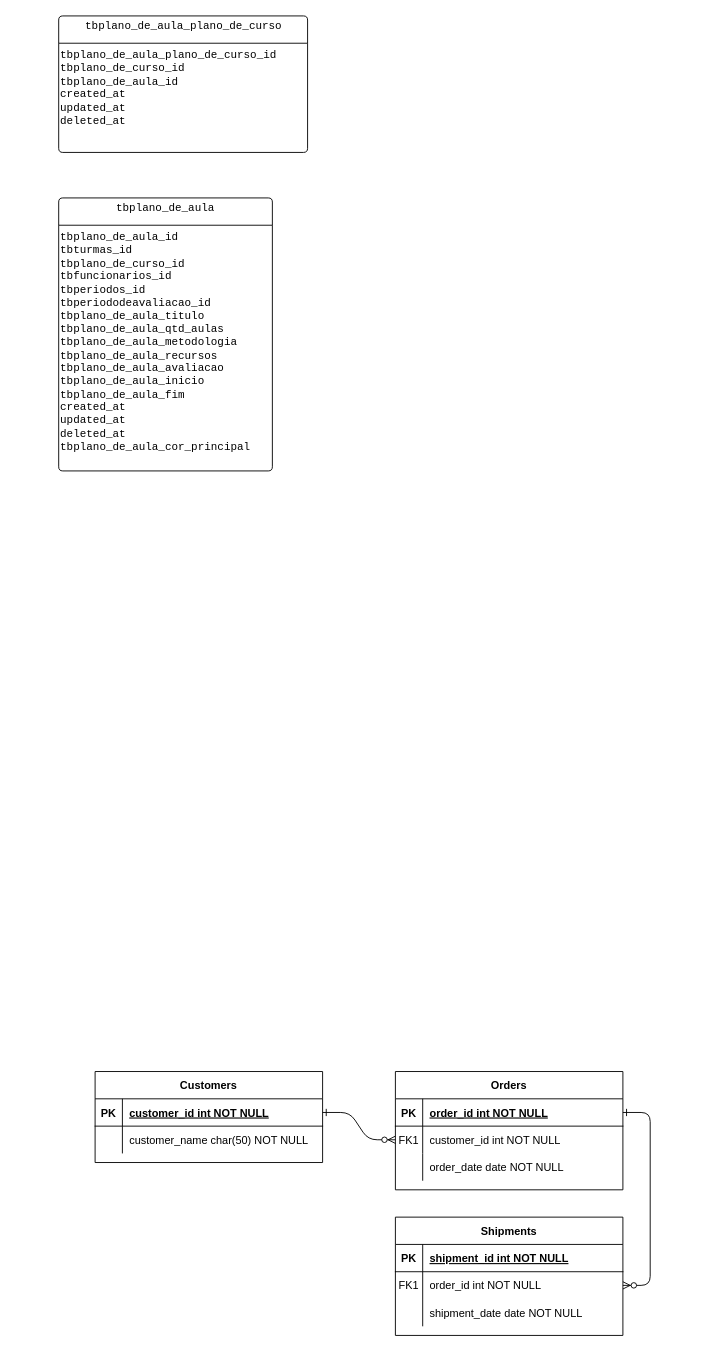
DjalmaANeto/modelagem-planos-de-curso-aula keeps this draw.io diagram as plano de aula.drawio. Above is the earlier version. Source tidied: cells renumbered, new cells numbered last; positions are measured from the earlier drawing's top-left corner, leaving out a move shared by most shapes. Both pictures are drawn from the tidied source at 91%, with x=0, y=0 at pixel (58, 15).
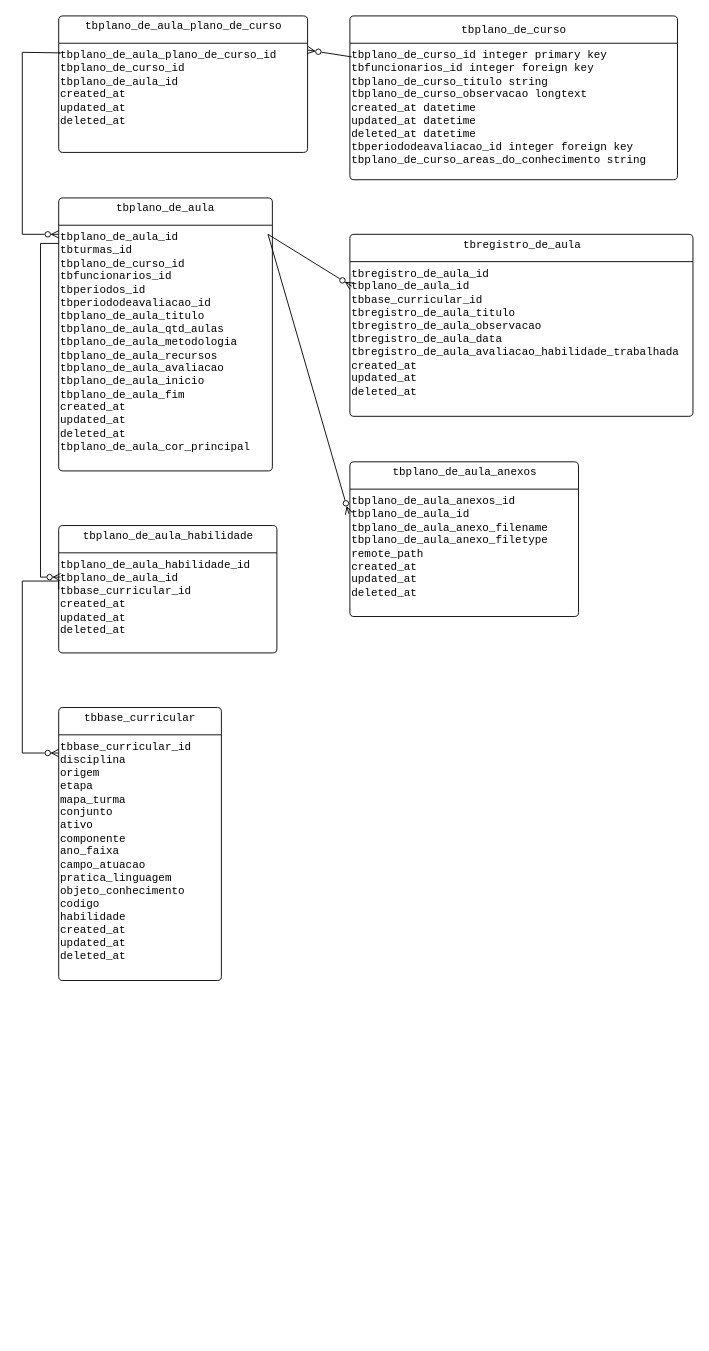
Above is the later version.

The change refers to these unchanged cells:
```xml
<mxCell id="31" style="graphMlID=entity0;gradientDirection=east;shape=swimlane;startSize=30;rounded=1;arcSize=5;fillColor=none;strokeColor=#000000;strokeWidth=1.0;swimlaneFillColor=none;" parent="1" vertex="1">
  <mxGeometry width="273.5" height="150" as="geometry" />
</mxCell>
<mxCell id="32" value="&lt;font color=&quot;#000000&quot;&gt;tbplano_de_aula_plano_de_curso_id&lt;br&gt;tbplano_de_curso_id&lt;br&gt;tbplano_de_aula_id&lt;br&gt;created_at&lt;br&gt;updated_at&lt;br&gt;deleted_at&#9;&#9;&#9;&#9;&#9;&#9;&lt;/font&gt;" style="text;html=1;spacing=0;align=left;fontFamily=courier;fontSize=12;fontStyle=0;=center;fontColor=#c4c4c4;" parent="31" vertex="1">
  <mxGeometry x="2" y="31.7" width="222" height="100" as="geometry" />
</mxCell>
```

Diff of the diagram source:
```diff
@@
-    <mxCell id="2" style="edgeStyle=entityRelationEdgeStyle;endArrow=ERzeroToMany;startArrow=ERone;endFill=1;startFill=0;" parent="1" edge="1" source="25" target="8">
-      <mxGeometry relative="1" as="geometry" />
-    </mxCell>
-    <mxCell id="3" style="edgeStyle=entityRelationEdgeStyle;endArrow=ERzeroToMany;startArrow=ERone;endFill=1;startFill=0;" parent="1" edge="1" source="5" target="18">
-      <mxGeometry relative="1" as="geometry" />
-    </mxCell>
-    <mxCell id="4" value="Orders" style="shape=table;startSize=30;childLayout=tableLayout;rowLines=0;fontStyle=1;align=center;" parent="1" vertex="1">
-      <mxGeometry x="370" y="1160" width="250" height="130" as="geometry" />
-    </mxCell>
-    <mxCell id="5" style="shape=partialRectangle;fillColor=none;points=[[0,0.5],[1,0.5]];portConstraint=eastwest;top=0;left=0;right=0;bottom=1;" parent="4" vertex="1">
-      <mxGeometry y="30" width="250" height="30" as="geometry" />
-    </mxCell>
-    <mxCell id="6" value="PK" style="shape=partialRectangle;overflow=hidden;fillColor=none;top=0;left=0;bottom=0;right=0;fontStyle=1;" parent="5" vertex="1">
-      <mxGeometry width="30" height="30" as="geometry" />
-    </mxCell>
-    <mxCell id="7" value="order_id int NOT NULL " style="shape=partialRectangle;overflow=hidden;fillColor=none;top=0;left=0;bottom=0;right=0;align=left;spacingLeft=6;fontStyle=5;" parent="5" vertex="1">
-      <mxGeometry x="30" width="220" height="30" as="geometry" />
-    </mxCell>
-    <mxCell id="8" style="shape=partialRectangle;fillColor=none;points=[[0,0.5],[1,0.5]];portConstraint=eastwest;top=0;left=0;right=0;bottom=0;" parent="4" vertex="1">
-      <mxGeometry y="60" width="250" height="30" as="geometry" />
-    </mxCell>
-    <mxCell id="9" value="FK1" style="shape=partialRectangle;overflow=hidden;fillColor=none;top=0;left=0;bottom=0;right=0;" parent="8" vertex="1">
-      <mxGeometry width="30" height="30" as="geometry" />
-    </mxCell>
-    <mxCell id="10" value="customer_id int NOT NULL" style="shape=partialRectangle;overflow=hidden;fillColor=none;top=0;left=0;bottom=0;right=0;align=left;spacingLeft=6;" parent="8" vertex="1">
-      <mxGeometry x="30" width="220" height="30" as="geometry" />
-    </mxCell>
-    <mxCell id="11" style="shape=partialRectangle;fillColor=none;top=0;left=0;right=0;bottom=0;" parent="4" vertex="1">
-      <mxGeometry y="90" width="250" height="30" as="geometry" />
-    </mxCell>
-    <mxCell id="12" style="shape=partialRectangle;overflow=hidden;fillColor=none;top=0;left=0;bottom=0;right=0;" parent="11" vertex="1">
-      <mxGeometry width="30" height="30" as="geometry" />
-    </mxCell>
-    <mxCell id="13" value="order_date date NOT NULL" style="shape=partialRectangle;overflow=hidden;fillColor=none;top=0;left=0;bottom=0;right=0;align=left;spacingLeft=6;" parent="11" vertex="1">
-      <mxGeometry x="30" width="220" height="30" as="geometry" />
-    </mxCell>
-    <mxCell id="14" value="Shipments" style="shape=table;startSize=30;childLayout=tableLayout;rowLines=0;fontStyle=1;align=center;" parent="1" vertex="1">
-      <mxGeometry x="370" y="1320" width="250" height="130" as="geometry" />
-    </mxCell>
-    <mxCell id="15" style="shape=partialRectangle;fillColor=none;top=0;left=0;right=0;bottom=1;" parent="14" vertex="1">
-      <mxGeometry y="30" width="250" height="30" as="geometry" />
-    </mxCell>
-    <mxCell id="16" value="PK" style="shape=partialRectangle;overflow=hidden;fillColor=none;top=0;left=0;bottom=0;right=0;fontStyle=1;" parent="15" vertex="1">
-      <mxGeometry width="30" height="30" as="geometry" />
-    </mxCell>
-    <mxCell id="17" value="shipment_id int NOT NULL " style="shape=partialRectangle;overflow=hidden;fillColor=none;top=0;left=0;bottom=0;right=0;align=left;spacingLeft=6;fontStyle=5;" parent="15" vertex="1">
-      <mxGeometry x="30" width="220" height="30" as="geometry" />
-    </mxCell>
-    <mxCell id="18" style="shape=partialRectangle;fillColor=none;points=[[0,0.5],[1,0.5]];portConstraint=eastwest;top=0;left=0;right=0;bottom=0;" parent="14" vertex="1">
-      <mxGeometry y="60" width="250" height="30" as="geometry" />
-    </mxCell>
-    <mxCell id="19" value="FK1" style="shape=partialRectangle;overflow=hidden;fillColor=none;top=0;left=0;bottom=0;right=0;" parent="18" vertex="1">
-      <mxGeometry width="30" height="30" as="geometry" />
-    </mxCell>
-    <mxCell id="20" value="order_id int NOT NULL" style="shape=partialRectangle;overflow=hidden;fillColor=none;top=0;left=0;bottom=0;right=0;align=left;spacingLeft=6;" parent="18" vertex="1">
-      <mxGeometry x="30" width="220" height="30" as="geometry" />
-    </mxCell>
-    <mxCell id="21" style="shape=partialRectangle;fillColor=none;top=0;left=0;right=0;bottom=0;" parent="14" vertex="1">
-      <mxGeometry y="90" width="250" height="30" as="geometry" />
-    </mxCell>
-    <mxCell id="22" style="shape=partialRectangle;overflow=hidden;fillColor=none;top=0;left=0;bottom=0;right=0;" parent="21" vertex="1">
-      <mxGeometry width="30" height="30" as="geometry" />
-    </mxCell>
-    <mxCell id="23" value="shipment_date date NOT NULL" style="shape=partialRectangle;overflow=hidden;fillColor=none;top=0;left=0;bottom=0;right=0;align=left;spacingLeft=6;" parent="21" vertex="1">
-      <mxGeometry x="30" width="220" height="30" as="geometry" />
-    </mxCell>
-    <mxCell id="24" value="Customers" style="shape=table;startSize=30;childLayout=tableLayout;rowLines=0;fontStyle=1;align=center;" parent="1" vertex="1">
-      <mxGeometry x="40" y="1160" width="250" height="100" as="geometry" />
-    </mxCell>
-    <mxCell id="25" style="shape=partialRectangle;fillColor=none;points=[[0,0.5],[1,0.5]];portConstraint=eastwest;top=0;left=0;right=0;bottom=1;" parent="24" vertex="1">
-      <mxGeometry y="30" width="250" height="30" as="geometry" />
-    </mxCell>
-    <mxCell id="26" value="PK" style="shape=partialRectangle;overflow=hidden;fillColor=none;top=0;left=0;bottom=0;right=0;fontStyle=1;" parent="25" vertex="1">
-      <mxGeometry width="30" height="30" as="geometry" />
-    </mxCell>
-    <mxCell id="27" value="customer_id int NOT NULL " style="shape=partialRectangle;overflow=hidden;fillColor=none;top=0;left=0;bottom=0;right=0;align=left;spacingLeft=6;fontStyle=5;" parent="25" vertex="1">
-      <mxGeometry x="30" width="220" height="30" as="geometry" />
-    </mxCell>
-    <mxCell id="28" style="shape=partialRectangle;fillColor=none;top=0;left=0;right=0;bottom=0;" parent="24" vertex="1">
-      <mxGeometry y="60" width="250" height="30" as="geometry" />
-    </mxCell>
-    <mxCell id="29" style="shape=partialRectangle;overflow=hidden;fillColor=none;top=0;left=0;bottom=0;right=0;" parent="28" vertex="1">
-      <mxGeometry width="30" height="30" as="geometry" />
-    </mxCell>
-    <mxCell id="30" value="customer_name char(50) NOT NULL" style="shape=partialRectangle;overflow=hidden;fillColor=none;top=0;left=0;bottom=0;right=0;align=left;spacingLeft=6;" parent="28" vertex="1">
-      <mxGeometry x="30" width="220" height="30" as="geometry" />
-    </mxCell>
+    <mxCell id="37" style="edgeStyle=orthogonalEdgeStyle;rounded=0;jettySize=auto;html=1;exitX=-0.01;exitY=0.089;exitDx=0;exitDy=0;exitPerimeter=0;endArrow=ERzeroToMany;endFill=0;" parent="1" edge="1" source="32">
+      <mxGeometry relative="1" as="geometry">
+        <mxPoint y="240" as="targetPoint" />
+        <Array as="points">
+          <mxPoint x="2" y="41" />
+          <mxPoint x="-40" y="40" />
+          <mxPoint x="-40" y="240" />
+        </Array>
+      </mxGeometry>
+    </mxCell>
@@
+    <mxCell id="38" style="rounded=0;jettySize=auto;html=1;entryX=0;entryY=0.15;entryDx=0;entryDy=0;entryPerimeter=0;endArrow=ERzeroToMany;endFill=0;" parent="1" edge="1" target="47">
+      <mxGeometry relative="1" as="geometry">
+        <mxPoint x="230" y="240" as="sourcePoint" />
+      </mxGeometry>
+    </mxCell>
@@
+    <mxCell id="39" style="edgeStyle=orthogonalEdgeStyle;rounded=0;orthogonalLoop=1;jettySize=auto;html=1;endArrow=ERzeroToMany;endFill=0;" parent="1" edge="1">
+      <mxGeometry relative="1" as="geometry">
+        <mxPoint y="630" as="sourcePoint" />
+        <mxPoint y="810" as="targetPoint" />
+        <Array as="points">
+          <mxPoint y="621" />
+          <mxPoint x="-40" y="621" />
+          <mxPoint x="-40" y="810" />
+        </Array>
+      </mxGeometry>
+    </mxCell>
+    <mxCell id="40" style="graphMlID=entity0;gradientDirection=east;shape=swimlane;startSize=30;rounded=1;arcSize=5;fillColor=none;strokeColor=#000000;strokeWidth=1.0;swimlaneFillColor=none;" parent="1" vertex="1">
+      <mxGeometry y="560" width="239.8" height="140" as="geometry" />
+    </mxCell>
+    <mxCell id="41" value="&lt;font color=&quot;#000000&quot;&gt;tbplano_de_aula_habilidade_id&lt;br&gt;tbplano_de_aula_id&lt;br&gt;tbbase_curricular_id&lt;br&gt;created_at&lt;br&gt;updated_at&lt;br&gt;deleted_at&#9;&#9;&#9;&#9;&#9;&#9;&lt;/font&gt;" style="text;html=1;spacing=0;align=left;fontFamily=courier;fontSize=12;fontStyle=0;=center;fontColor=#c4c4c4;" parent="40" vertex="1">
+      <mxGeometry x="2" y="31.7" width="194" height="100" as="geometry" />
+    </mxCell>
+    <mxCell id="42" value="&lt;font color=&quot;#000000&quot;&gt;tbplano_de_aula_habilidade&lt;/font&gt;" style="text;html=1;spacing=0;align=center;fontFamily=courier;fontSize=12;fontStyle=0;=center;fontColor=#ffffff;" parent="40" vertex="1">
+      <mxGeometry x="22.9" width="194" height="22" as="geometry" />
+    </mxCell>
+    <mxCell id="43" style="graphMlID=entity0;gradientDirection=east;shape=swimlane;startSize=30;rounded=1;arcSize=5;fillColor=none;strokeColor=default;strokeWidth=1.0;swimlaneFillColor=none;" parent="1" vertex="1">
+      <mxGeometry y="760" width="178.8" height="300" as="geometry" />
+    </mxCell>
+    <mxCell id="44" value="&lt;font color=&quot;#000000&quot;&gt;tbbase_curricular_id&lt;br&gt;disciplina&lt;br&gt;origem&lt;br&gt;etapa&lt;br&gt;mapa_turma&lt;br&gt;conjunto&lt;br&gt;ativo&lt;br&gt;componente&lt;br&gt;ano_faixa&lt;br&gt;campo_atuacao&lt;br&gt;pratica_linguagem&lt;br&gt;objeto_conhecimento&lt;br&gt;codigo&lt;br&gt;habilidade&lt;br&gt;created_at&lt;br&gt;updated_at&lt;br&gt;deleted_at&#9;&#9;&#9;&#9;&#9;&#9;&lt;/font&gt;" style="text;html=1;spacing=0;align=left;fontFamily=courier;fontSize=12;fontStyle=0;=center;fontColor=#c4c4c4;fillColor=none;strokeColor=none;swimlaneFillColor=none;" parent="43" vertex="1">
+      <mxGeometry x="2" y="31.7" width="146" height="268.3" as="geometry" />
+    </mxCell>
+    <mxCell id="45" value="&lt;font color=&quot;#000000&quot;&gt;tbbase_curricular&lt;/font&gt;" style="text;html=1;spacing=0;align=center;fontFamily=courier;fontSize=12;fontStyle=0;=center;fontColor=#ffffff;fillColor=none;strokeColor=none;swimlaneFillColor=none;" parent="43" vertex="1">
+      <mxGeometry x="16.4" width="146" height="22" as="geometry" />
+    </mxCell>
+    <mxCell id="46" style="graphMlID=entity0;gradientDirection=east;shape=swimlane;startSize=30;rounded=1;arcSize=5;fillColor=none;strokeColor=#000000;strokeWidth=1.0;swimlaneFillColor=none;" parent="1" vertex="1">
+      <mxGeometry x="320" y="240" width="377" height="200" as="geometry" />
+    </mxCell>
+    <mxCell id="47" value="&lt;font color=&quot;#000000&quot;&gt;tbregistro_de_aula_id&lt;br&gt;tbplano_de_aula_id&lt;br&gt;tbbase_curricular_id&lt;br&gt;tbregistro_de_aula_titulo&lt;br&gt;tbregistro_de_aula_observacao&lt;br&gt;tbregistro_de_aula_data&lt;br&gt;tbregistro_de_aula_avaliacao_habilidade_trabalhada&lt;br&gt;created_at&lt;br&gt;updated_at&lt;br&gt;deleted_at&#9;&#9;&#9;&#9;&#9;&#9;&lt;/font&gt;" style="text;html=1;spacing=0;align=left;fontFamily=courier;fontSize=12;fontStyle=0;=center;fontColor=#c4c4c4;" parent="46" vertex="1">
+      <mxGeometry x="2" y="31.7" width="301" height="168.3" as="geometry" />
+    </mxCell>
+    <mxCell id="48" value="&lt;font color=&quot;#000000&quot;&gt;tbregistro_de_aula&lt;/font&gt;" style="text;html=1;spacing=0;align=center;fontFamily=courier;fontSize=12;fontStyle=0;=center;fontColor=#ffffff;" parent="46" vertex="1">
+      <mxGeometry x="38" width="301" height="22" as="geometry" />
+    </mxCell>
+    <mxCell id="49" style="graphMlID=entity0;gradientDirection=east;shape=swimlane;startSize=30;rounded=1;arcSize=5;fillColor=none;strokeColor=#000000;strokeWidth=1.0;swimlaneFillColor=none;" parent="1" vertex="1">
+      <mxGeometry x="320" y="490" width="251.2" height="170" as="geometry" />
+    </mxCell>
+    <mxCell id="50" value="&lt;font color=&quot;#000000&quot;&gt;tbplano_de_aula_anexos_id&lt;br&gt;tbplano_de_aula_id&lt;br&gt;tbplano_de_aula_anexo_filename&lt;br&gt;tbplano_de_aula_anexo_filetype&lt;br&gt;remote_path&lt;br&gt;created_at&lt;br&gt;updated_at&lt;br&gt;deleted_at&#9;&#9;&#9;&#9;&#9;&#9;&lt;/font&gt;" style="text;html=1;spacing=0;align=left;fontFamily=courier;fontSize=12;fontStyle=0;=center;fontColor=#c4c4c4;" parent="49" vertex="1">
+      <mxGeometry x="2" y="31.7" width="204" height="128.3" as="geometry" />
+    </mxCell>
+    <mxCell id="51" value="&lt;font color=&quot;#000000&quot;&gt;tbplano_de_aula_anexos&lt;/font&gt;" style="text;html=1;spacing=0;align=center;fontFamily=courier;fontSize=12;fontStyle=0;=center;fontColor=#ffffff;" parent="49" vertex="1">
+      <mxGeometry x="23.6" width="204" height="22" as="geometry" />
+    </mxCell>
+    <mxCell id="52" style="graphMlID=entity0;gradientDirection=east;shape=swimlane;startSize=30;rounded=1;arcSize=5;strokeWidth=1.0;swimlaneFillColor=none;" parent="1" vertex="1">
+      <mxGeometry x="320" width="360" height="180" as="geometry" />
+    </mxCell>
+    <mxCell id="53" value="tbplano_de_curso_id integer primary key&lt;br&gt;tbfuncionarios_id integer foreign key&lt;br&gt;tbplano_de_curso_titulo string&amp;nbsp;&lt;br&gt;tbplano_de_curso_observacao longtext&lt;br&gt;created_at datetime&lt;br&gt;updated_at datetime&lt;br&gt;deleted_at datetime&lt;br&gt;tbperiododeavaliacao_id integer foreign key&lt;br&gt;tbplano_de_curso_areas_do_conhecimento string" style="text;html=1;spacing=0;align=left;fontFamily=courier;fontSize=12;fontStyle=0;=center;" parent="52" vertex="1">
+      <mxGeometry x="2" y="31.7" width="358" height="148.3" as="geometry" />
+    </mxCell>
+    <mxCell id="54" value="&lt;font color=&quot;#000000&quot;&gt;tbplano_de_curso&lt;/font&gt;" style="text;html=1;spacing=0;align=center;fontFamily=courier;fontSize=12;fontStyle=0;=center;fontColor=#ffffff;" parent="52" vertex="1">
+      <mxGeometry y="4" width="360" height="22" as="geometry" />
+    </mxCell>
+    <mxCell id="55" style="rounded=0;jettySize=auto;html=1;entryX=1;entryY=0.25;entryDx=0;entryDy=0;endArrow=ERzeroToMany;endFill=0;exitX=0;exitY=0.09;exitDx=0;exitDy=0;exitPerimeter=0;" parent="1" edge="1" source="53" target="31">
+      <mxGeometry relative="1" as="geometry" />
+    </mxCell>
+    <mxCell id="56" style="rounded=0;jettySize=auto;html=1;entryX=-0.015;entryY=0.198;entryDx=0;entryDy=0;entryPerimeter=0;endArrow=ERzeroToMany;endFill=0;" parent="1" edge="1" target="50">
+      <mxGeometry relative="1" as="geometry">
+        <mxPoint x="230" y="240" as="sourcePoint" />
+      </mxGeometry>
+    </mxCell>
+    <mxCell id="57" style="edgeStyle=orthogonalEdgeStyle;rounded=0;jettySize=auto;html=1;entryX=0;entryY=0.25;entryDx=0;entryDy=0;endArrow=ERzeroToMany;endFill=0;" parent="1" edge="1" target="41">
+      <mxGeometry relative="1" as="geometry">
+        <mxPoint y="250" as="sourcePoint" />
+        <Array as="points">
+          <mxPoint x="-20" y="250" />
+          <mxPoint x="-20" y="617" />
+        </Array>
+      </mxGeometry>
+    </mxCell>
```
